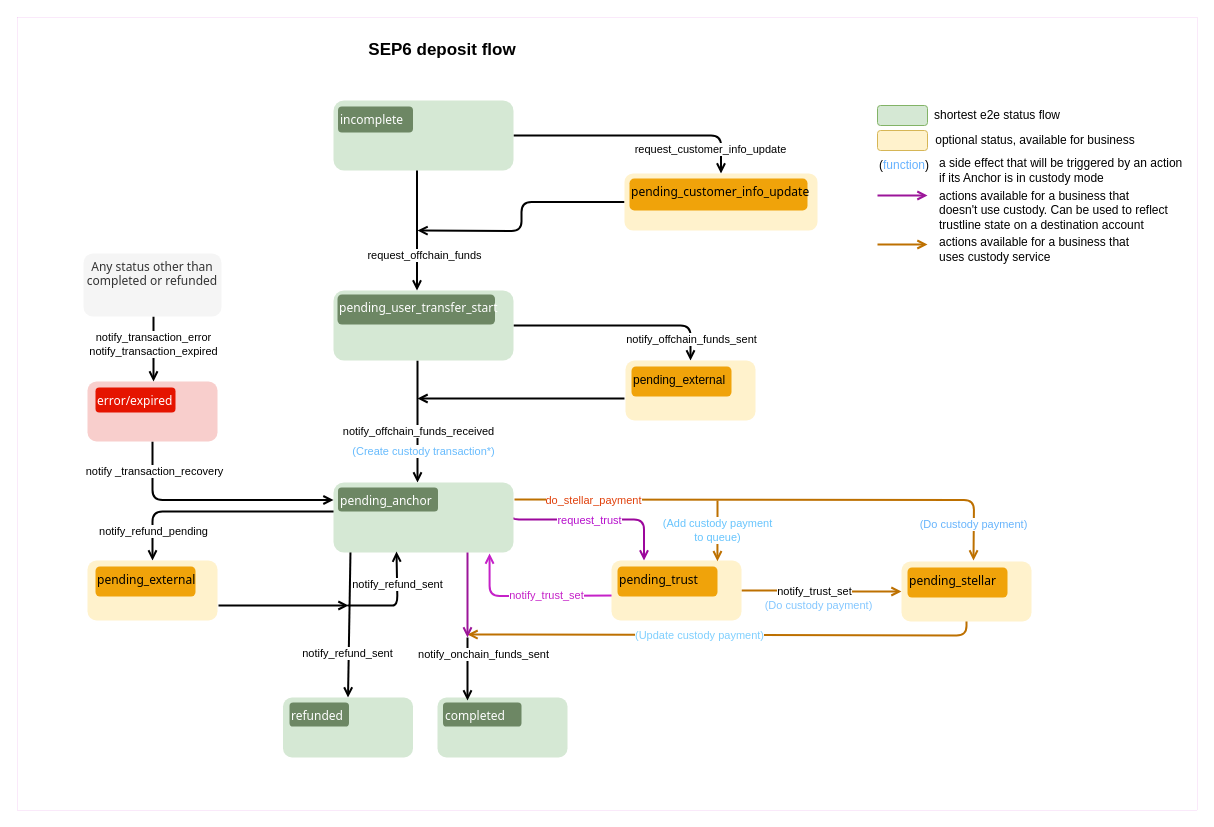
stellar/stellar-docs keeps this draw.io diagram as page "Sep-6 - deposit v0.1" (4 of 5) of static/definitions/sep6_24_31_status_transition_diagrams.drawio. Above is the earlier version. Source tidied: cells renumbered, new cells numbered last; positions are measured from the earlier drawing's top-left corner, leaving out a move shared by most shapes. Both pictures are drawn from the tidied source at 100%, with x=0, y=0 at pixel (17, 17).
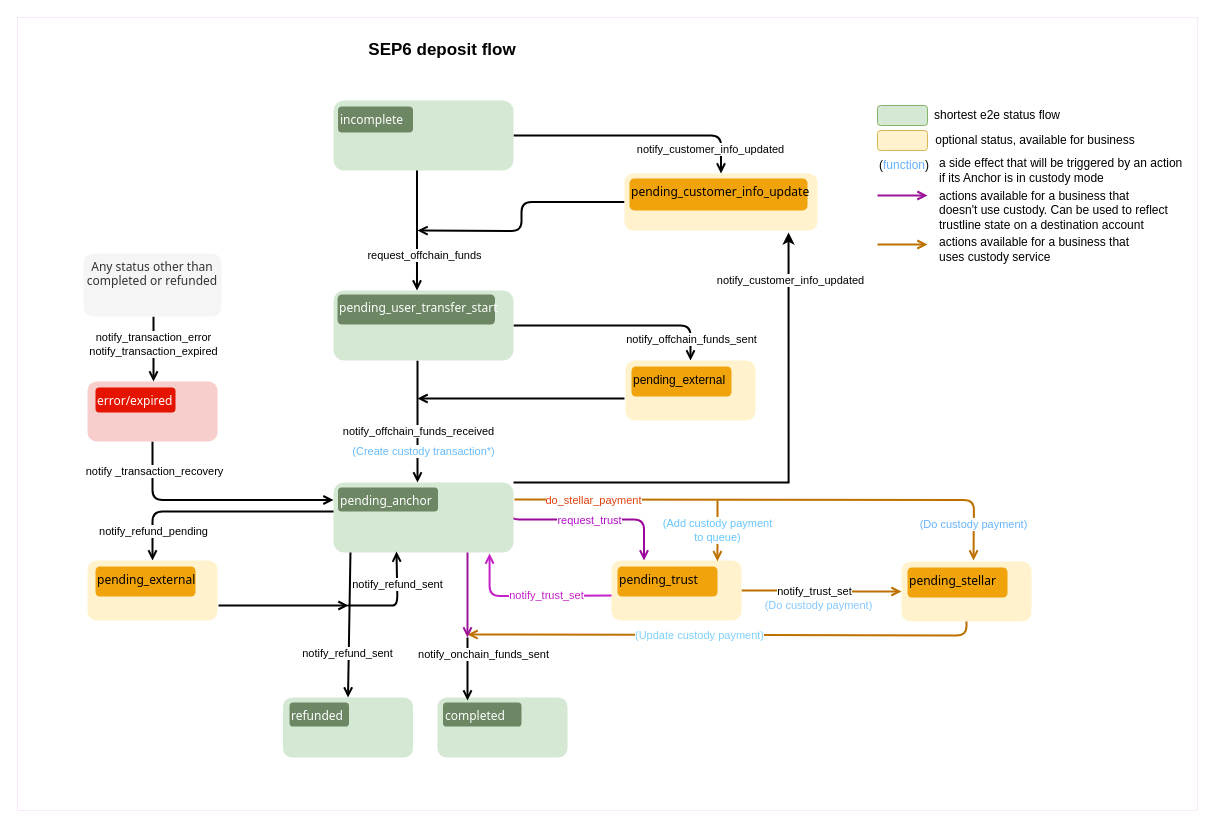
The same page after the edit.

The change refers to these unchanged cells:
```xml
<mxCell id="14" style="edgeStyle=orthogonalEdgeStyle;rounded=1;jettySize=auto;html=1;exitX=1;exitY=0.5;exitDx=0;exitDy=0;entryX=0.5;entryY=0;entryDx=0;entryDy=0;endArrow=open;endFill=0;jumpStyle=none;strokeWidth=2;" parent="1" edge="1" source="16" target="36">
  <mxGeometry relative="1" as="geometry" />
</mxCell>
<mxCell id="32" style="rounded=1;whiteSpace=wrap;html=1;fillColor=#d5e8d4;strokeColor=none;" parent="1" vertex="1">
  <mxGeometry x="316" y="465" width="180" height="70" as="geometry" />
</mxCell>
<mxCell id="36" style="rounded=1;whiteSpace=wrap;html=1;fillColor=#fff2cc;strokeColor=none;" parent="1" vertex="1">
  <mxGeometry x="607" y="156" width="193" height="57" as="geometry" />
</mxCell>
```

What changed in the source:
```diff
@@
-    <mxCell id="15" value="request_customer_info_update" style="edgeLabel;html=1;align=center;verticalAlign=middle;" parent="14" vertex="1">
+    <mxCell id="15" value="notify_customer_info_updated" style="edgeLabel;html=1;align=center;verticalAlign=middle;" parent="14" vertex="1">
       <mxGeometry x="0.6" relative="1" as="geometry">
         <mxPoint y="13" as="offset" />
       </mxGeometry>
     </mxCell>
@@
+    <mxCell id="77" style="edgeStyle=orthogonalEdgeStyle;rounded=0;jettySize=auto;html=1;exitX=1;exitY=0;exitDx=0;exitDy=0;entryX=0.85;entryY=1.035;entryDx=0;entryDy=0;entryPerimeter=0;strokeWidth=2;" parent="1" edge="1" source="32" target="36">
+      <mxGeometry relative="1" as="geometry">
+        <Array as="points">
+          <mxPoint x="771" y="465" />
+        </Array>
+      </mxGeometry>
+    </mxCell>
+    <mxCell id="78" value="notify_customer_info_updated" style="edgeLabel;html=1;align=center;verticalAlign=middle;" parent="77" vertex="1">
+      <mxGeometry x="0.82" y="-1" relative="1" as="geometry" />
+    </mxCell>
```
